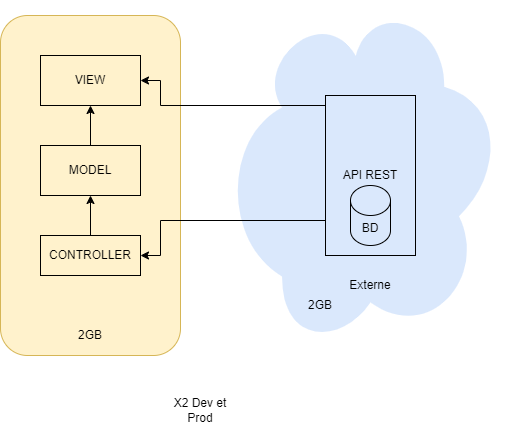
Before: img/Static V2.drawio.png, a diagram exported from draw.io (bellat-tristan/ASI---WebDynamique---Microservices). Source tidied: cells renumbered, new cells last; positions are measured from the earlier drawing's top-left corner, leaving out a move shared by most shapes.
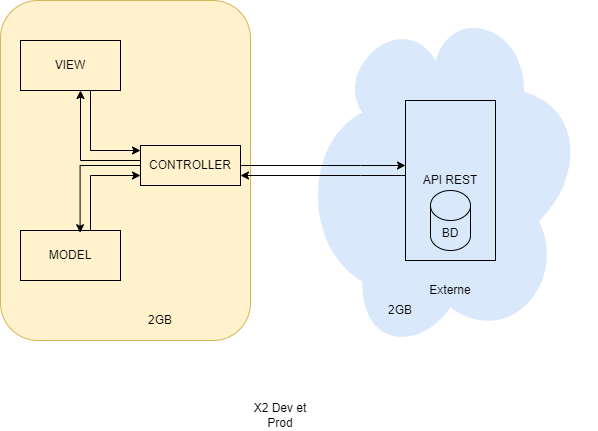
The same diagram one commit later.

What changed in the source:
```diff
@@ -2,60 +2,78 @@
   <root>
     <mxCell id="0" />
     <mxCell id="1" parent="0" />
-    <mxCell id="2" style="rounded=1;whiteSpace=wrap;html=1;fillColor=#fff2cc;strokeColor=#d6b656;" parent="1" vertex="1">
-      <mxGeometry width="180" height="340" as="geometry" />
-    </mxCell>
     <mxCell id="3" style="ellipse;shape=cloud;whiteSpace=wrap;html=1;rotation=90;fillColor=#dae8fc;strokeColor=none;" parent="1" vertex="1">
       <mxGeometry x="197.5" y="10" width="345" height="295" as="geometry" />
     </mxCell>
-    <mxCell id="4" style="edgeStyle=orthogonalEdgeStyle;rounded=0;jettySize=auto;html=1;entryX=1;entryY=0.5;entryDx=0;entryDy=0;" parent="1" edge="1" source="6" target="10">
-      <mxGeometry relative="1" as="geometry">
-        <Array as="points">
-          <mxPoint x="160" y="205" />
-          <mxPoint x="160" y="240" />
-        </Array>
-      </mxGeometry>
-    </mxCell>
-    <mxCell id="5" style="edgeStyle=orthogonalEdgeStyle;rounded=0;jettySize=auto;html=1;entryX=1;entryY=0.5;entryDx=0;entryDy=0;" parent="1" edge="1" source="6" target="8">
-      <mxGeometry relative="1" as="geometry">
-        <Array as="points">
-          <mxPoint x="160" y="90" />
-          <mxPoint x="160" y="65" />
-        </Array>
-      </mxGeometry>
-    </mxCell>
     <mxCell id="6" value="API REST" style="rounded=0;whiteSpace=wrap;html=1;rotation=0;gradientColor=default;fillColor=none;" parent="1" vertex="1">
       <mxGeometry x="325" y="80" width="90" height="160" as="geometry" />
     </mxCell>
     <mxCell id="7" value="BD" style="shape=cylinder3;whiteSpace=wrap;html=1;boundedLbl=1;backgroundOutline=1;size=15;fillColor=none;" parent="1" vertex="1">
       <mxGeometry x="350" y="170" width="40" height="60" as="geometry" />
     </mxCell>
-    <mxCell id="8" value="VIEW" style="rounded=0;whiteSpace=wrap;html=1;fillColor=none;" parent="1" vertex="1">
-      <mxGeometry x="40" y="40" width="100" height="50" as="geometry" />
-    </mxCell>
-    <mxCell id="9" style="edgeStyle=orthogonalEdgeStyle;rounded=0;jettySize=auto;html=1;entryX=0.5;entryY=1;entryDx=0;entryDy=0;" parent="1" edge="1" source="10" target="16">
-      <mxGeometry relative="1" as="geometry" />
-    </mxCell>
-    <mxCell id="10" value="CONTROLLER" style="rounded=0;whiteSpace=wrap;html=1;fillColor=none;" parent="1" vertex="1">
-      <mxGeometry x="40" y="220" width="100" height="40" as="geometry" />
-    </mxCell>
     <mxCell id="11" value="Externe" style="text;html=1;align=center;verticalAlign=middle;whiteSpace=wrap;rounded=0;" parent="1" vertex="1">
       <mxGeometry x="340" y="255" width="60" height="30" as="geometry" />
     </mxCell>
-    <mxCell id="12" value="2GB" style="text;html=1;align=center;verticalAlign=middle;whiteSpace=wrap;rounded=0;" parent="1" vertex="1">
-      <mxGeometry x="60" y="305" width="60" height="30" as="geometry" />
-    </mxCell>
     <mxCell id="13" value="2GB" style="text;html=1;align=center;verticalAlign=middle;whiteSpace=wrap;rounded=0;" parent="1" vertex="1">
       <mxGeometry x="290" y="275" width="60" height="30" as="geometry" />
     </mxCell>
     <mxCell id="14" value="X2 Dev et Prod" style="text;html=1;align=center;verticalAlign=middle;whiteSpace=wrap;rounded=0;" parent="1" vertex="1">
       <mxGeometry x="170" y="380" width="60" height="30" as="geometry" />
     </mxCell>
-    <mxCell id="15" style="edgeStyle=orthogonalEdgeStyle;rounded=0;jettySize=auto;html=1;entryX=0.5;entryY=1;entryDx=0;entryDy=0;" parent="1" edge="1" source="16" target="8">
-      <mxGeometry relative="1" as="geometry" />
-    </mxCell>
+    <mxCell id="17" style="rounded=1;whiteSpace=wrap;html=1;fillColor=#fff2cc;strokeColor=#d6b656;" parent="1" vertex="1">
+      <mxGeometry x="-80" y="-20" width="250" height="340" as="geometry" />
+    </mxCell>
+    <mxCell id="18" style="edgeStyle=orthogonalEdgeStyle;rounded=0;jettySize=auto;html=1;" parent="1" edge="1" source="8" target="10">
+      <mxGeometry relative="1" as="geometry">
+        <Array as="points">
+          <mxPoint x="10" y="130" />
+        </Array>
+      </mxGeometry>
+    </mxCell>
+    <mxCell id="8" value="VIEW" style="rounded=0;whiteSpace=wrap;html=1;fillColor=none;" parent="1" vertex="1">
+      <mxGeometry x="-60" y="20" width="100" height="50" as="geometry" />
+    </mxCell>
+    <mxCell id="19" style="edgeStyle=orthogonalEdgeStyle;rounded=0;jettySize=auto;html=1;" parent="1" edge="1" source="10" target="8">
+      <mxGeometry relative="1" as="geometry">
+        <Array as="points">
+          <mxPoint y="140" />
+        </Array>
+      </mxGeometry>
+    </mxCell>
+    <mxCell id="20" style="edgeStyle=orthogonalEdgeStyle;rounded=0;jettySize=auto;html=1;" parent="1" edge="1" source="10" target="6">
+      <mxGeometry relative="1" as="geometry">
+        <Array as="points">
+          <mxPoint x="280" y="145" />
+          <mxPoint x="280" y="145" />
+        </Array>
+      </mxGeometry>
+    </mxCell>
+    <mxCell id="10" value="CONTROLLER" style="rounded=0;whiteSpace=wrap;html=1;fillColor=none;" parent="1" vertex="1">
+      <mxGeometry x="60" y="125" width="100" height="40" as="geometry" />
+    </mxCell>
+    <mxCell id="12" value="2GB" style="text;html=1;align=center;verticalAlign=middle;whiteSpace=wrap;rounded=0;" parent="1" vertex="1">
+      <mxGeometry x="50" y="285" width="60" height="30" as="geometry" />
+    </mxCell>
+    <mxCell id="21" style="edgeStyle=orthogonalEdgeStyle;rounded=0;jettySize=auto;html=1;entryX=0;entryY=0.75;entryDx=0;entryDy=0;" parent="1" edge="1" source="16" target="10">
+      <mxGeometry relative="1" as="geometry">
+        <Array as="points">
+          <mxPoint x="10" y="155" />
+        </Array>
+      </mxGeometry>
+    </mxCell>
     <mxCell id="16" value="MODEL" style="rounded=0;whiteSpace=wrap;html=1;fillColor=none;" parent="1" vertex="1">
-      <mxGeometry x="40" y="130" width="100" height="50" as="geometry" />
+      <mxGeometry x="-60" y="210" width="100" height="50" as="geometry" />
     </mxCell>
+    <mxCell id="9" style="edgeStyle=orthogonalEdgeStyle;rounded=0;jettySize=auto;html=1;entryX=0.596;entryY=0.044;entryDx=0;entryDy=0;entryPerimeter=0;" parent="1" edge="1" source="10" target="16">
+      <mxGeometry relative="1" as="geometry" />
+    </mxCell>
+    <mxCell id="4" style="edgeStyle=orthogonalEdgeStyle;rounded=0;jettySize=auto;html=1;entryX=1;entryY=0.75;entryDx=0;entryDy=0;" parent="1" edge="1" source="6" target="10">
+      <mxGeometry relative="1" as="geometry">
+        <Array as="points">
+          <mxPoint x="280" y="155" />
+          <mxPoint x="280" y="155" />
+        </Array>
+      </mxGeometry>
+    </mxCell>
   </root>
 </mxGraphModel>
```
